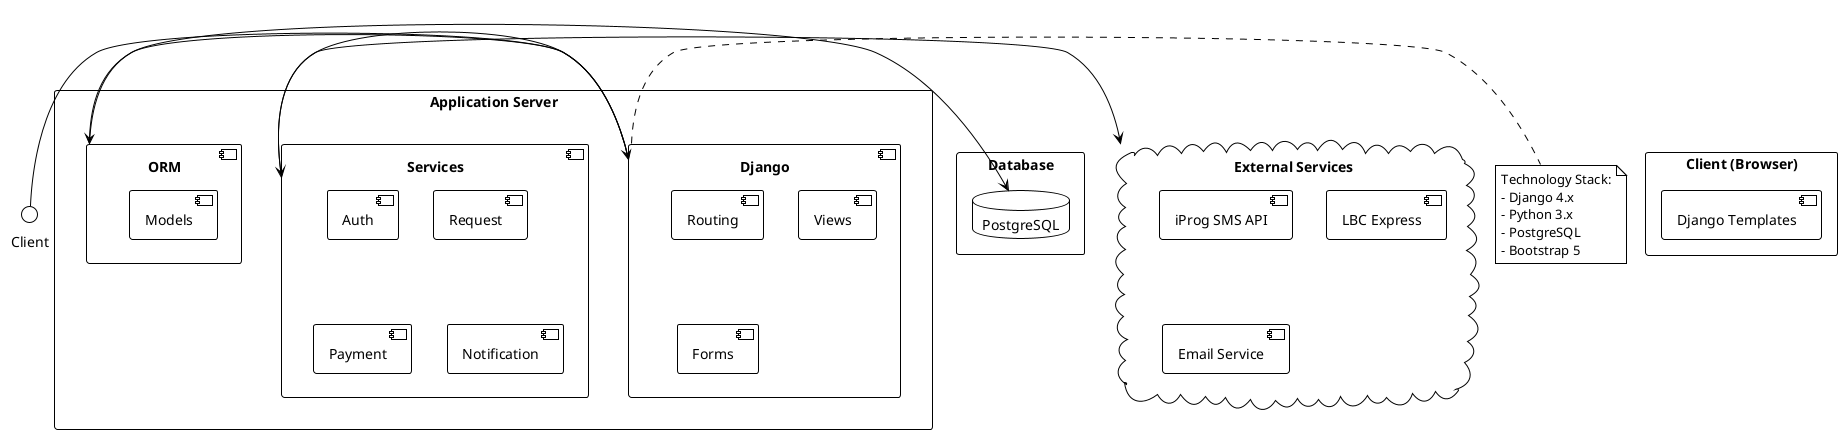
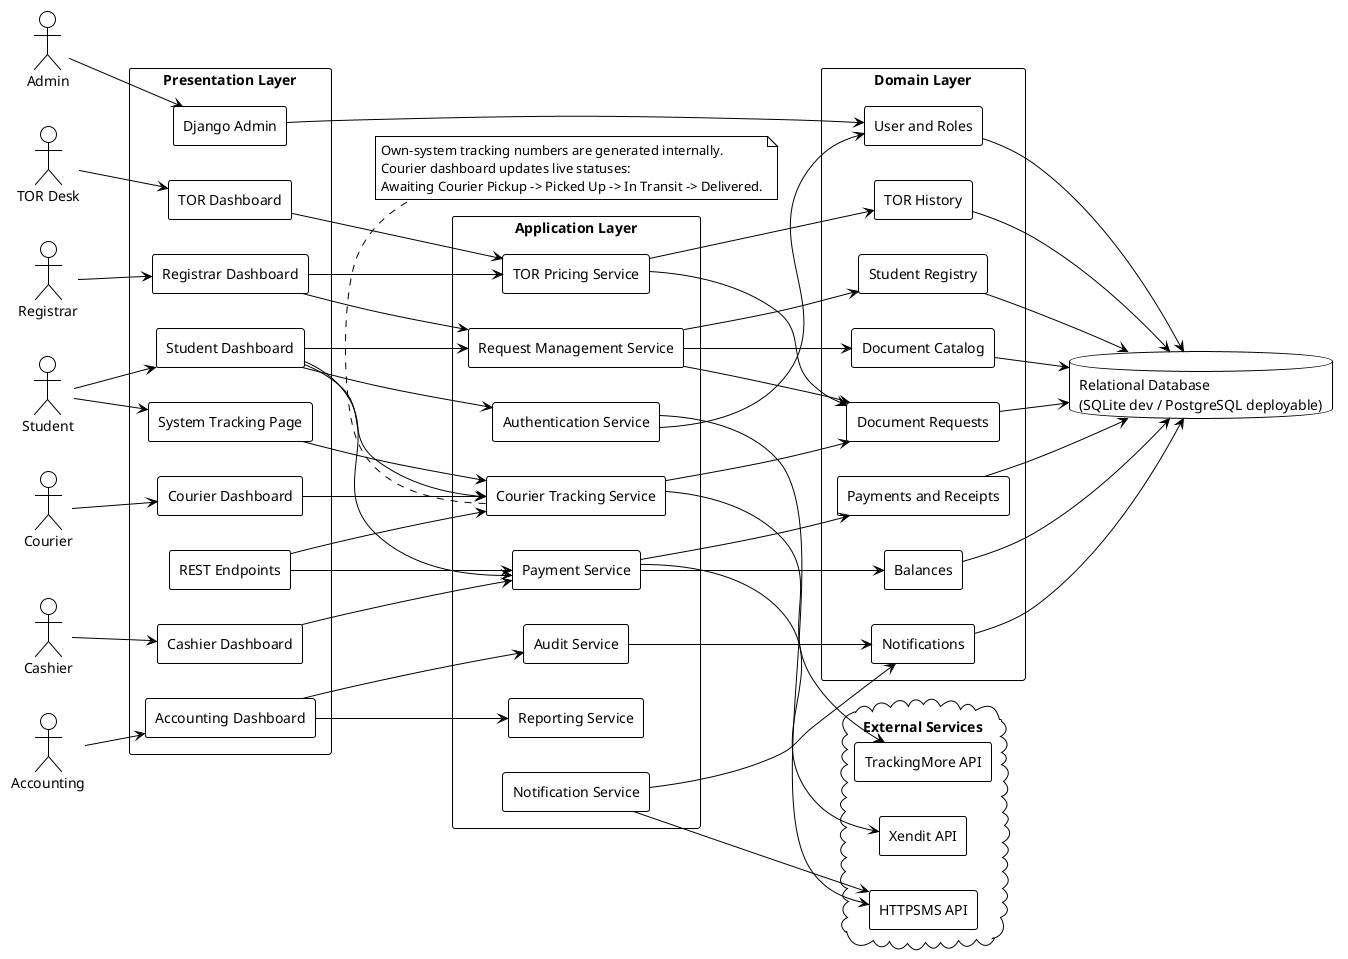
@startuml CATC Document Request Portal - System Design
- skinparam fontSize 12
!theme plain
+ skinparam componentStyle rectangle
+ skinparam shadowing false
+ left to right direction

- rectangle "Client (Browser)" {
-     [Django Templates]
+ actor Student
+ actor Registrar
+ actor "TOR Desk" as TORDesk
+ actor Cashier
+ actor Accounting
+ actor Courier
+ actor Admin
+ 
+ rectangle "Presentation Layer" {
+   [Student Dashboard]
+   [Registrar Dashboard]
+   [TOR Dashboard]
+   [Cashier Dashboard]
+   [Accounting Dashboard]
+   [Courier Dashboard]
+   [System Tracking Page]
+   [Django Admin]
+   [REST Endpoints]
}

- cloud "External Services" {
-     [iProg SMS API]
-     [LBC Express]
-     [Email Service]
+ rectangle "Application Layer" {
+   [Authentication Service]
+   [Request Management Service]
+   [TOR Pricing Service]
+   [Payment Service]
+   [Courier Tracking Service]
+   [Notification Service]
+   [Reporting Service]
+   [Audit Service]
}

- rectangle "Application Server" {
-     component "Django" {
-         [Routing]
-         [Views]
-         [Forms]
-     }
-     component "Services" {
-         [Auth]
-         [Request]
-         [Payment]
-         [Notification]
-     }
-     component "ORM" {
-         [Models]
-     }
+ rectangle "Domain Layer" {
+   [User and Roles]
+   [Student Registry]
+   [Document Catalog]
+   [Document Requests]
+   [Payments and Receipts]
+   [Balances]
+   [Notifications]
+   [TOR History]
}

- rectangle "Database" {
-     database "PostgreSQL"
+ database "Relational Database\n(SQLite dev / PostgreSQL deployable)" as DB
+ 
+ cloud "External Services" {
+   [HTTPSMS API]
+   [Xendit API]
+   [TrackingMore API]
}

- Client -> Django
- Django -> Services
- Django -> ORM
- ORM -> PostgreSQL
- Services -> "External Services"
+ Student --> [Student Dashboard]
+ Student --> [System Tracking Page]
+ Registrar --> [Registrar Dashboard]
+ TORDesk --> [TOR Dashboard]
+ Cashier --> [Cashier Dashboard]
+ Accounting --> [Accounting Dashboard]
+ Courier --> [Courier Dashboard]
+ Admin --> [Django Admin]

- note right of Django
-   Technology Stack:
-   - Django 4.x
-   - Python 3.x
-   - PostgreSQL
-   - Bootstrap 5
+ [Student Dashboard] --> [Authentication Service]
+ [Student Dashboard] --> [Request Management Service]
+ [Student Dashboard] --> [Payment Service]
+ [Student Dashboard] --> [Courier Tracking Service]
+ 
+ [Registrar Dashboard] --> [Request Management Service]
+ [Registrar Dashboard] --> [TOR Pricing Service]
+ [TOR Dashboard] --> [TOR Pricing Service]
+ [Cashier Dashboard] --> [Payment Service]
+ [Accounting Dashboard] --> [Reporting Service]
+ [Accounting Dashboard] --> [Audit Service]
+ [Courier Dashboard] --> [Courier Tracking Service]
+ [System Tracking Page] --> [Courier Tracking Service]
+ [Django Admin] --> [User and Roles]
+ [REST Endpoints] --> [Payment Service]
+ [REST Endpoints] --> [Courier Tracking Service]
+ 
+ [Authentication Service] --> [User and Roles]
+ [Request Management Service] --> [Student Registry]
+ [Request Management Service] --> [Document Catalog]
+ [Request Management Service] --> [Document Requests]
+ [TOR Pricing Service] --> [Document Requests]
+ [TOR Pricing Service] --> [TOR History]
+ [Payment Service] --> [Payments and Receipts]
+ [Payment Service] --> [Balances]
+ [Courier Tracking Service] --> [Document Requests]
+ [Notification Service] --> [Notifications]
+ [Audit Service] --> [Notifications]
+ 
+ [User and Roles] --> DB
+ [Student Registry] --> DB
+ [Document Catalog] --> DB
+ [Document Requests] --> DB
+ [Payments and Receipts] --> DB
+ [Balances] --> DB
+ [Notifications] --> DB
+ [TOR History] --> DB
+ 
+ [Authentication Service] --> [HTTPSMS API]
+ [Payment Service] --> [Xendit API]
+ [Courier Tracking Service] --> [TrackingMore API]
+ [Notification Service] --> [HTTPSMS API]
+ 
+ note bottom of [Courier Tracking Service]
+ Own-system tracking numbers are generated internally.
+ Courier dashboard updates live statuses:
+ Awaiting Courier Pickup -> Picked Up -> In Transit -> Delivered.
end note

- @enduml+ @enduml
